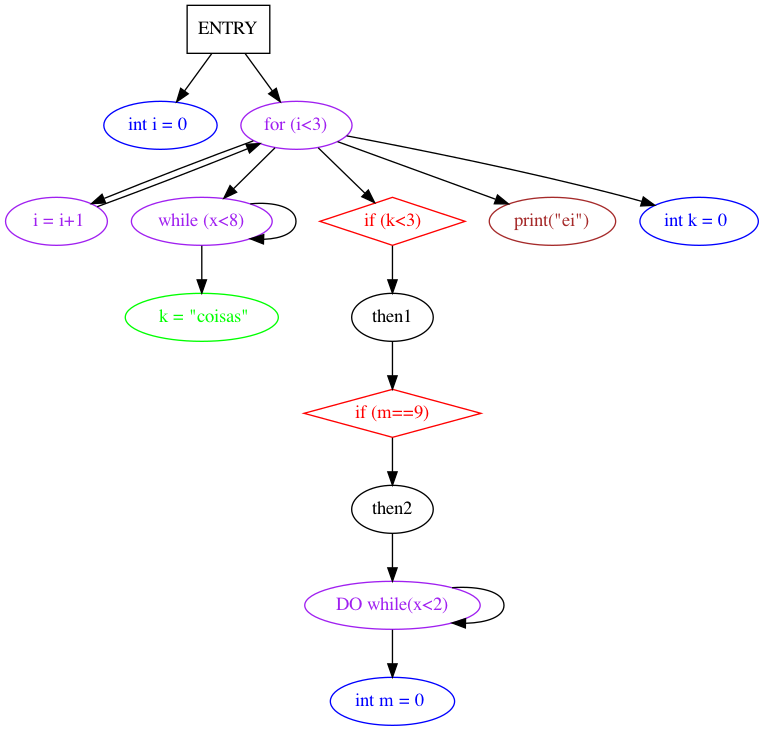
This is TP3/doctest-output/sdg.gv.png from saracqueiros/EG22, a Graphviz export, as it was before one commit. Its source is kept beside it as TP3/doctest-output/sdg.gv.
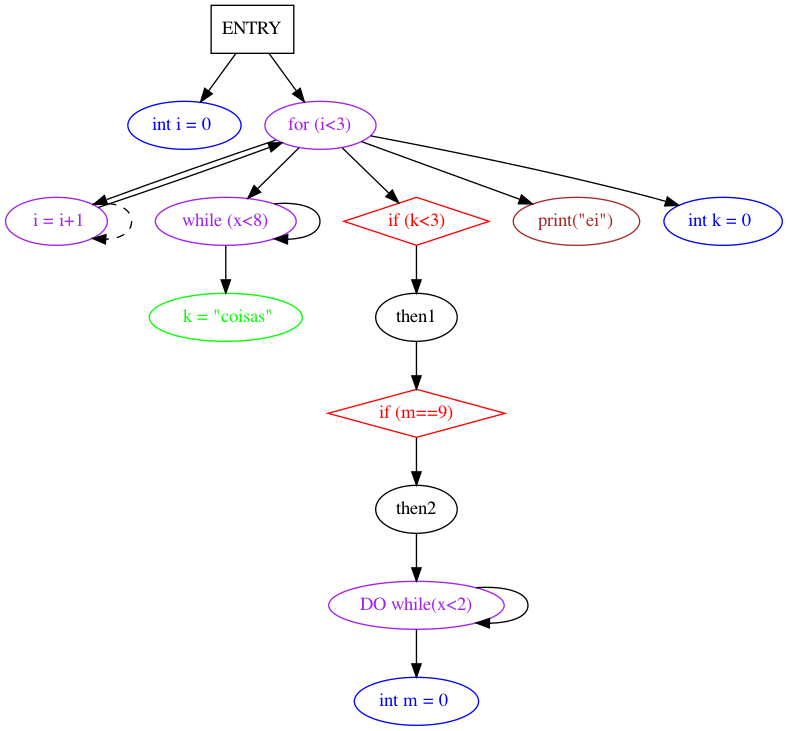
After the change.

Change to the diagram source:
```diff
@@ -9,6 +9,7 @@
 	"for (i<3)" -> " i = i+1"
 	" i = i+1" [color=purple fontcolor=purple]
 	" i = i+1" -> "for (i<3)"
+	" i = i+1" -> " i = i+1" [style=dashed]
 	"while (x<8)" [color=purple fontcolor=purple]
 	"while (x<8)" -> "while (x<8)"
 	"for (i<3)" -> "while (x<8)"
```
